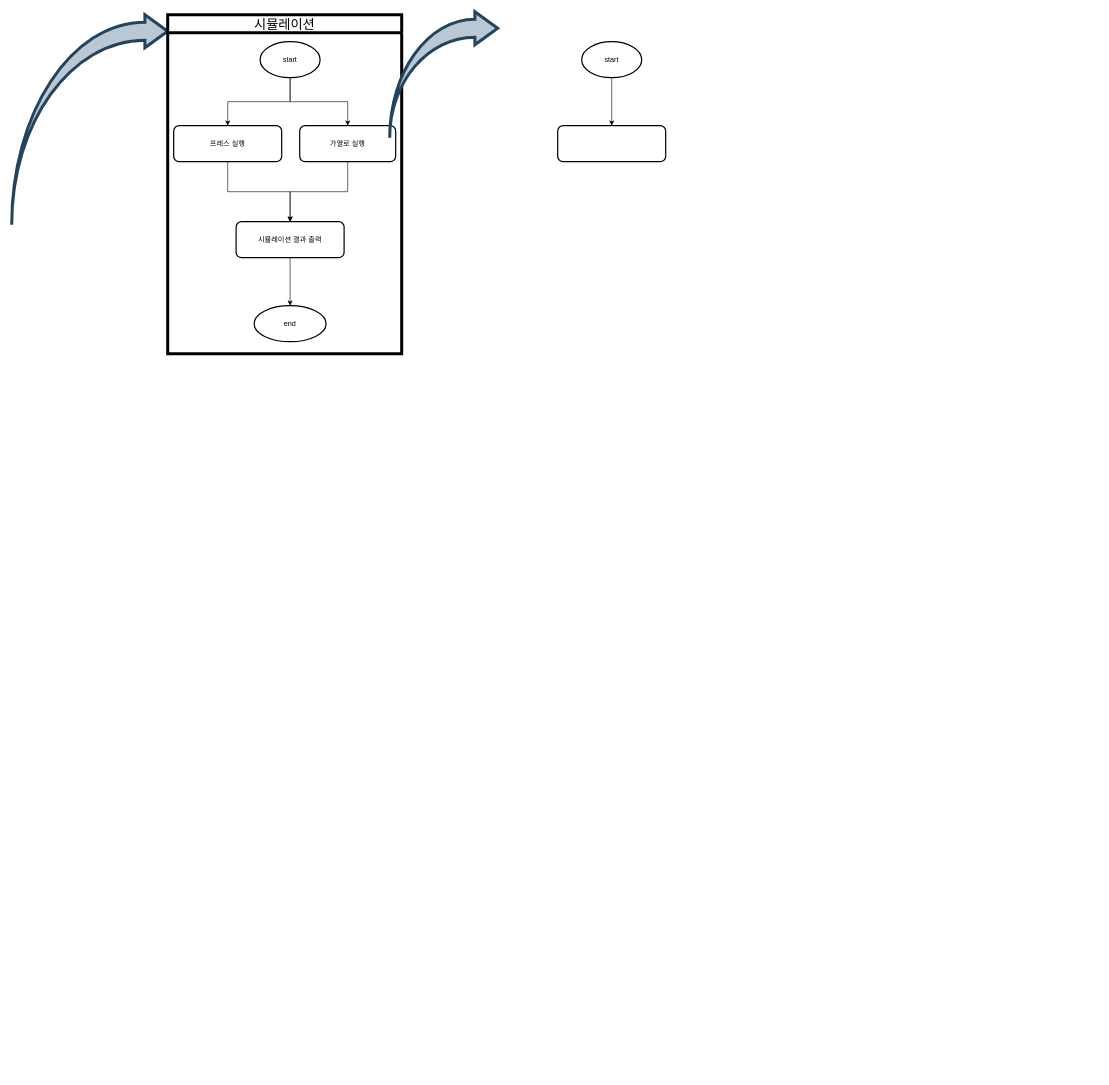
This is 시뮬레이션 흐름.drawio from seheeP/test-git, a draw.io file, before an edit. Source tidied: cells renumbered, new cells numbered last; positions are measured from the earlier drawing's top-left corner, leaving out a move shared by most shapes. Both pictures are drawn from the tidied source at 60%, with x=0, y=0 at pixel (11, 11).
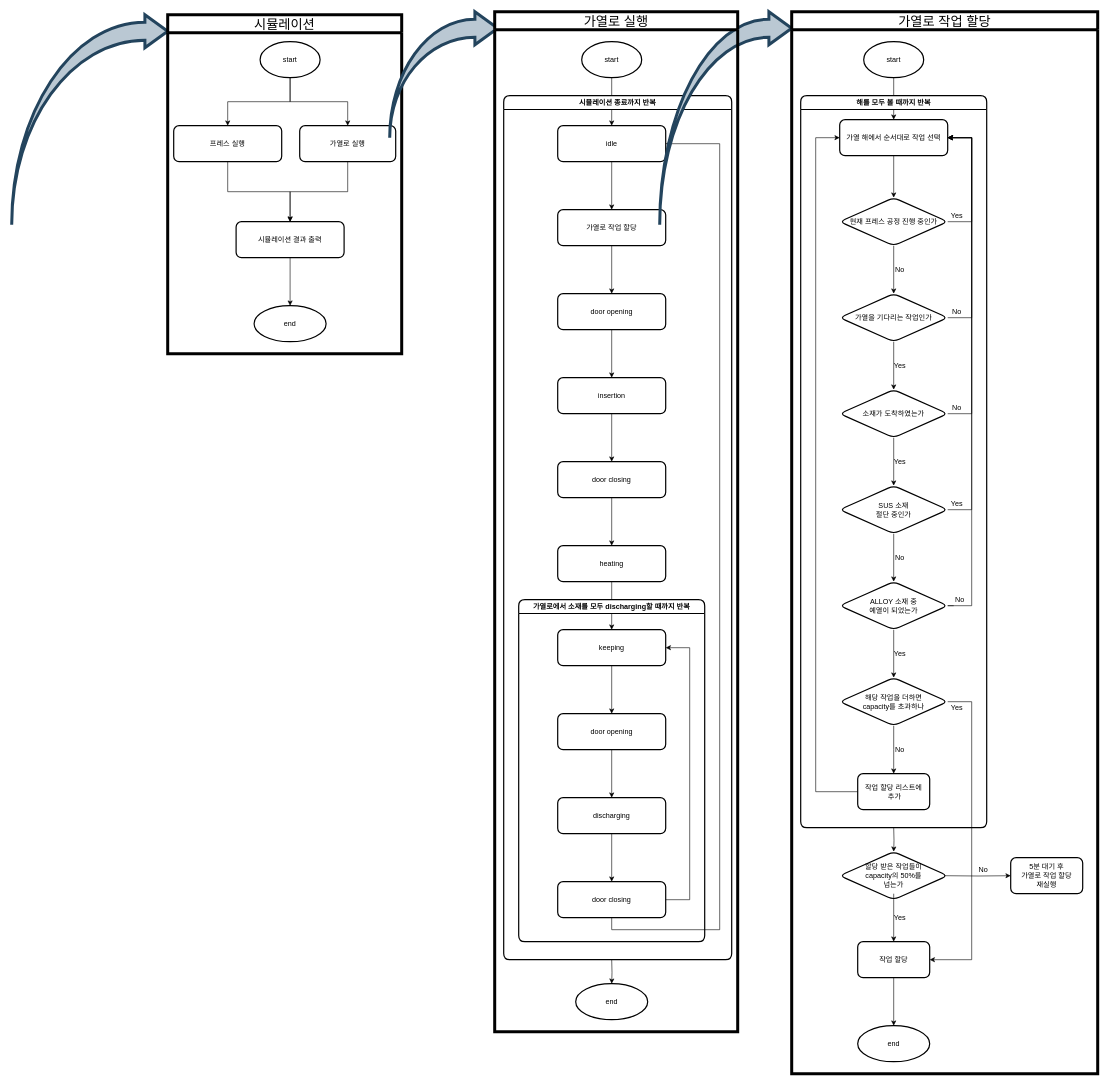
Above is the later version.

Commit message:
Update 시뮬레이션 흐름.drawio

Diff of the diagram source:
```diff
@@
+    <mxCell id="20" style="edgeStyle=orthogonalEdgeStyle;rounded=0;jettySize=auto;html=1;" parent="1" edge="1" source="19" target="22">
+      <mxGeometry relative="1" as="geometry" />
+    </mxCell>
-    <mxCell id="19" style="whiteSpace=wrap;html=1;rounded=1;shadow=0;strokeWidth=2;fillColor=none;glass=0;sketch=0;" parent="1" vertex="1">
+    <mxCell id="19" value="idle" style="whiteSpace=wrap;html=1;rounded=1;shadow=0;strokeWidth=2;fillColor=none;glass=0;sketch=0;" parent="1" vertex="1">
       <mxGeometry x="910" y="190" width="180" height="60" as="geometry" />
     </mxCell>
+    <mxCell id="21" style="edgeStyle=orthogonalEdgeStyle;rounded=0;jettySize=auto;html=1;" parent="1" edge="1" source="22" target="24">
+      <mxGeometry relative="1" as="geometry" />
+    </mxCell>
+    <mxCell id="22" value="가열로 작업 할당" style="whiteSpace=wrap;html=1;rounded=1;shadow=0;strokeWidth=2;fillColor=none;glass=0;sketch=0;" parent="1" vertex="1">
+      <mxGeometry x="910" y="330" width="180" height="60" as="geometry" />
+    </mxCell>
+    <mxCell id="23" style="edgeStyle=orthogonalEdgeStyle;rounded=0;jettySize=auto;html=1;" parent="1" edge="1" source="24" target="26">
+      <mxGeometry relative="1" as="geometry" />
+    </mxCell>
+    <mxCell id="24" value="door opening" style="whiteSpace=wrap;html=1;rounded=1;shadow=0;strokeWidth=2;fillColor=none;glass=0;sketch=0;" parent="1" vertex="1">
+      <mxGeometry x="910" y="470" width="180" height="60" as="geometry" />
+    </mxCell>
+    <mxCell id="25" style="edgeStyle=orthogonalEdgeStyle;rounded=0;jettySize=auto;html=1;" parent="1" edge="1" source="26" target="28">
+      <mxGeometry relative="1" as="geometry" />
+    </mxCell>
+    <mxCell id="26" value="insertion" style="whiteSpace=wrap;html=1;rounded=1;shadow=0;strokeWidth=2;fillColor=none;glass=0;sketch=0;" parent="1" vertex="1">
+      <mxGeometry x="910" y="610" width="180" height="60" as="geometry" />
+    </mxCell>
+    <mxCell id="27" style="edgeStyle=orthogonalEdgeStyle;rounded=0;jettySize=auto;html=1;" parent="1" edge="1" source="28" target="30">
+      <mxGeometry relative="1" as="geometry" />
+    </mxCell>
+    <mxCell id="28" value="door closing" style="whiteSpace=wrap;html=1;rounded=1;shadow=0;strokeWidth=2;fillColor=none;glass=0;sketch=0;" parent="1" vertex="1">
+      <mxGeometry x="910" y="750" width="180" height="60" as="geometry" />
+    </mxCell>
+    <mxCell id="29" style="edgeStyle=orthogonalEdgeStyle;rounded=0;jettySize=auto;html=1;" parent="1" edge="1" source="30" target="32">
+      <mxGeometry relative="1" as="geometry" />
+    </mxCell>
+    <mxCell id="30" value="heating" style="whiteSpace=wrap;html=1;rounded=1;shadow=0;strokeWidth=2;fillColor=none;glass=0;sketch=0;" parent="1" vertex="1">
+      <mxGeometry x="910" y="890" width="180" height="60" as="geometry" />
+    </mxCell>
+    <mxCell id="31" style="edgeStyle=orthogonalEdgeStyle;rounded=0;jettySize=auto;html=1;" parent="1" edge="1" source="32" target="34">
+      <mxGeometry relative="1" as="geometry" />
+    </mxCell>
+    <mxCell id="32" value="keeping" style="whiteSpace=wrap;html=1;rounded=1;shadow=0;strokeWidth=2;fillColor=none;glass=0;sketch=0;" parent="1" vertex="1">
+      <mxGeometry x="910" y="1030" width="180" height="60" as="geometry" />
+    </mxCell>
+    <mxCell id="33" style="edgeStyle=orthogonalEdgeStyle;rounded=0;jettySize=auto;html=1;" parent="1" edge="1" source="34" target="36">
+      <mxGeometry relative="1" as="geometry" />
+    </mxCell>
+    <mxCell id="34" value="door opening" style="whiteSpace=wrap;html=1;rounded=1;shadow=0;strokeWidth=2;fillColor=none;glass=0;sketch=0;" parent="1" vertex="1">
+      <mxGeometry x="910" y="1170" width="180" height="60" as="geometry" />
+    </mxCell>
+    <mxCell id="35" style="edgeStyle=orthogonalEdgeStyle;rounded=0;jettySize=auto;html=1;" parent="1" edge="1" source="36" target="39">
+      <mxGeometry relative="1" as="geometry" />
+    </mxCell>
+    <mxCell id="36" value="discharging" style="whiteSpace=wrap;html=1;rounded=1;shadow=0;strokeWidth=2;fillColor=none;glass=0;sketch=0;" parent="1" vertex="1">
+      <mxGeometry x="910" y="1310" width="180" height="60" as="geometry" />
+    </mxCell>
+    <mxCell id="37" style="edgeStyle=orthogonalEdgeStyle;rounded=0;jettySize=auto;html=1;entryX=1;entryY=0.5;entryDx=0;entryDy=0;" parent="1" edge="1" source="39" target="32">
+      <mxGeometry relative="1" as="geometry">
+        <Array as="points">
+          <mxPoint x="1130" y="1480" />
+          <mxPoint x="1130" y="1060" />
+        </Array>
+      </mxGeometry>
+    </mxCell>
+    <mxCell id="38" style="edgeStyle=orthogonalEdgeStyle;rounded=0;jettySize=auto;html=1;entryX=1;entryY=0.5;entryDx=0;entryDy=0;" parent="1" edge="1" source="39" target="19">
+      <mxGeometry relative="1" as="geometry">
+        <Array as="points">
+          <mxPoint x="1000" y="1530" />
+          <mxPoint x="1180" y="1530" />
+          <mxPoint x="1180" y="220" />
+        </Array>
+      </mxGeometry>
+    </mxCell>
+    <mxCell id="39" value="door closing" style="whiteSpace=wrap;html=1;rounded=1;shadow=0;strokeWidth=2;fillColor=none;glass=0;sketch=0;" parent="1" vertex="1">
+      <mxGeometry x="910" y="1450" width="180" height="60" as="geometry" />
+    </mxCell>
+    <mxCell id="40" value="가열로에서 소재를 모두 discharging할 때까지 반복" style="swimlane;rounded=1;strokeWidth=2;" parent="1" vertex="1">
+      <mxGeometry x="845" y="980" width="310" height="570" as="geometry" />
+    </mxCell>
+    <mxCell id="41" value="시뮬레이션 종료까지 반복" style="swimlane;rounded=1;strokeWidth=2;" parent="1" vertex="1">
+      <mxGeometry x="820" y="140" width="380" height="1440" as="geometry" />
+    </mxCell>
+    <mxCell id="42" style="html=1;shadow=0;dashed=0;align=center;verticalAlign=middle;shape=mxgraph.arrows2.jumpInArrow;dy=15;dx=38;arrowHead=55;rounded=1;strokeWidth=5;fillColor=#bac8d3;strokeColor=#23445d;" parent="1" vertex="1">
+      <mxGeometry x="1080" width="220" height="355" as="geometry" />
+    </mxCell>
+    <mxCell id="43" style="edgeStyle=orthogonalEdgeStyle;rounded=0;jettySize=auto;html=1;" parent="1" edge="1" source="44">
+      <mxGeometry x="1320" y="15" as="geometry">
+        <mxPoint x="1470" y="180" as="targetPoint" />
+      </mxGeometry>
+    </mxCell>
+    <mxCell id="44" value="start" style="strokeWidth=2;html=1;shape=mxgraph.flowchart.start_1;whiteSpace=wrap;rounded=0;shadow=0;glass=0;sketch=0;fillColor=none;" parent="1" vertex="1">
+      <mxGeometry x="1420" y="50" width="100" height="60" as="geometry" />
+    </mxCell>
+    <mxCell id="45" value="가열 해에서 순서대로 작업 선택" style="whiteSpace=wrap;html=1;rounded=1;shadow=0;strokeWidth=2;fillColor=none;glass=0;sketch=0;" parent="1" vertex="1">
+      <mxGeometry x="1380" y="180" width="180" height="60" as="geometry" />
+    </mxCell>
+    <mxCell id="46" style="edgeStyle=orthogonalEdgeStyle;rounded=0;jettySize=auto;html=1;entryX=1;entryY=0.5;entryDx=0;entryDy=0;" parent="1" edge="1" source="47" target="45">
+      <mxGeometry x="1320" y="15" as="geometry">
+        <Array as="points">
+          <mxPoint x="1600" y="350" />
+          <mxPoint x="1600" y="210" />
+        </Array>
+      </mxGeometry>
+    </mxCell>
+    <mxCell id="47" value="현재 프레스 공정 진행 중인가" style="rhombus;whiteSpace=wrap;html=1;rounded=1;shadow=0;strokeWidth=2;fillColor=none;glass=0;sketch=0;" parent="1" vertex="1">
+      <mxGeometry x="1380" y="310" width="180" height="80" as="geometry" />
+    </mxCell>
+    <mxCell id="48" style="edgeStyle=orthogonalEdgeStyle;rounded=0;jettySize=auto;html=1;" parent="1" edge="1" source="45" target="47">
+      <mxGeometry x="1320" y="15" as="geometry" />
+    </mxCell>
+    <mxCell id="49" value="가열을 기다리는 작업인가" style="rhombus;whiteSpace=wrap;html=1;rounded=1;shadow=0;strokeWidth=2;fillColor=none;glass=0;sketch=0;" parent="1" vertex="1">
+      <mxGeometry x="1380" y="470" width="180" height="80" as="geometry" />
+    </mxCell>
+    <mxCell id="50" style="edgeStyle=orthogonalEdgeStyle;rounded=0;jettySize=auto;html=1;" parent="1" edge="1" source="47" target="49">
+      <mxGeometry x="1320" y="15" as="geometry" />
+    </mxCell>
+    <mxCell id="51" value="소재가 도착하였는가" style="rhombus;whiteSpace=wrap;html=1;rounded=1;shadow=0;strokeWidth=2;fillColor=none;glass=0;sketch=0;" parent="1" vertex="1">
+      <mxGeometry x="1380" y="630" width="180" height="80" as="geometry" />
+    </mxCell>
+    <mxCell id="52" style="edgeStyle=orthogonalEdgeStyle;rounded=0;jettySize=auto;html=1;" parent="1" edge="1" source="49" target="51">
+      <mxGeometry x="1320" y="15" as="geometry" />
+    </mxCell>
+    <mxCell id="53" value="SUS 소재&lt;br&gt;절단 중인가" style="rhombus;whiteSpace=wrap;html=1;rounded=1;shadow=0;strokeWidth=2;fillColor=none;glass=0;sketch=0;" parent="1" vertex="1">
+      <mxGeometry x="1380" y="790" width="180" height="80" as="geometry" />
+    </mxCell>
+    <mxCell id="54" style="edgeStyle=orthogonalEdgeStyle;rounded=0;jettySize=auto;html=1;" parent="1" edge="1" source="51" target="53">
+      <mxGeometry x="1320" y="15" as="geometry" />
+    </mxCell>
+    <mxCell id="55" value="ALLOY 소재 중&lt;br&gt;예열이 되었는가" style="rhombus;whiteSpace=wrap;html=1;rounded=1;shadow=0;strokeWidth=2;fillColor=none;glass=0;sketch=0;" parent="1" vertex="1">
+      <mxGeometry x="1380" y="950" width="180" height="80" as="geometry" />
+    </mxCell>
+    <mxCell id="56" style="edgeStyle=orthogonalEdgeStyle;rounded=0;jettySize=auto;html=1;" parent="1" edge="1" source="53" target="55">
+      <mxGeometry x="1320" y="15" as="geometry" />
+    </mxCell>
+    <mxCell id="57" value="해당 작업을 더하면&lt;br&gt;capacity를 초과하나" style="rhombus;whiteSpace=wrap;html=1;rounded=1;shadow=0;strokeWidth=2;fillColor=none;glass=0;sketch=0;" parent="1" vertex="1">
+      <mxGeometry x="1380" y="1110" width="180" height="80" as="geometry" />
+    </mxCell>
+    <mxCell id="58" style="edgeStyle=orthogonalEdgeStyle;rounded=0;jettySize=auto;html=1;" parent="1" edge="1" source="55" target="57">
+      <mxGeometry x="1320" y="15" as="geometry" />
+    </mxCell>
+    <mxCell id="59" style="edgeStyle=orthogonalEdgeStyle;rounded=0;orthogonalLoop=1;jettySize=auto;html=1;" parent="1" edge="1">
+      <mxGeometry x="1320" y="135" as="geometry">
+        <mxPoint x="1470" y="1470" as="sourcePoint" />
+        <mxPoint x="1470" y="1550" as="targetPoint" />
+      </mxGeometry>
+    </mxCell>
+    <mxCell id="60" style="edgeStyle=orthogonalEdgeStyle;rounded=0;jettySize=auto;html=1;" parent="1" edge="1" source="57">
+      <mxGeometry x="1320" y="15" as="geometry">
+        <mxPoint x="1470" y="1270" as="targetPoint" />
+      </mxGeometry>
+    </mxCell>
+    <mxCell id="61" style="edgeStyle=orthogonalEdgeStyle;rounded=0;orthogonalLoop=1;jettySize=auto;html=1;entryX=1;entryY=0.5;entryDx=0;entryDy=0;" parent="1" edge="1">
+      <mxGeometry x="1320" y="15" as="geometry">
+        <mxPoint x="1560" y="510" as="sourcePoint" />
+        <mxPoint x="1560" y="210" as="targetPoint" />
+        <Array as="points">
+          <mxPoint x="1560" y="510" />
+          <mxPoint x="1600" y="510" />
+          <mxPoint x="1600" y="210" />
+        </Array>
+      </mxGeometry>
+    </mxCell>
+    <mxCell id="62" style="edgeStyle=orthogonalEdgeStyle;rounded=0;orthogonalLoop=1;jettySize=auto;html=1;entryX=1;entryY=0.5;entryDx=0;entryDy=0;" parent="1" edge="1">
+      <mxGeometry x="1320" y="15" as="geometry">
+        <mxPoint x="1560" y="670" as="sourcePoint" />
+        <mxPoint x="1560" y="210" as="targetPoint" />
+        <Array as="points">
+          <mxPoint x="1560" y="670" />
+          <mxPoint x="1600" y="670" />
+          <mxPoint x="1600" y="210" />
+        </Array>
+      </mxGeometry>
+    </mxCell>
+    <mxCell id="63" style="edgeStyle=orthogonalEdgeStyle;rounded=0;orthogonalLoop=1;jettySize=auto;html=1;entryX=1;entryY=0.5;entryDx=0;entryDy=0;" parent="1" edge="1">
+      <mxGeometry x="1320" y="15" as="geometry">
+        <mxPoint x="1560" y="830" as="sourcePoint" />
+        <mxPoint x="1560" y="210" as="targetPoint" />
+        <Array as="points">
+          <mxPoint x="1560" y="830" />
+          <mxPoint x="1600" y="830" />
+          <mxPoint x="1600" y="210" />
+        </Array>
+      </mxGeometry>
+    </mxCell>
+    <mxCell id="64" style="edgeStyle=orthogonalEdgeStyle;rounded=0;orthogonalLoop=1;jettySize=auto;html=1;entryX=1;entryY=0.5;entryDx=0;entryDy=0;" parent="1" edge="1">
+      <mxGeometry x="1320" y="15" as="geometry">
+        <mxPoint x="1570" y="990" as="sourcePoint" />
+        <mxPoint x="1560" y="210" as="targetPoint" />
+        <Array as="points">
+          <mxPoint x="1560" y="990" />
+          <mxPoint x="1600" y="990" />
+          <mxPoint x="1600" y="210" />
+        </Array>
+      </mxGeometry>
+    </mxCell>
+    <mxCell id="65" value="No" style="text;html=1;align=center;verticalAlign=middle;strokeColor=none;fillColor=none;" parent="1" vertex="1">
+      <mxGeometry x="1465" y="420" width="30" height="20" as="geometry" />
+    </mxCell>
+    <mxCell id="66" value="Yes" style="text;html=1;align=center;verticalAlign=middle;strokeColor=none;fillColor=none;" parent="1" vertex="1">
+      <mxGeometry x="1460" y="580" width="40" height="20" as="geometry" />
+    </mxCell>
+    <mxCell id="67" value="Yes" style="text;html=1;align=center;verticalAlign=middle;strokeColor=none;fillColor=none;" parent="1" vertex="1">
+      <mxGeometry x="1460" y="740" width="40" height="20" as="geometry" />
+    </mxCell>
+    <mxCell id="68" value="No" style="text;html=1;align=center;verticalAlign=middle;strokeColor=none;fillColor=none;" parent="1" vertex="1">
+      <mxGeometry x="1465" y="900" width="30" height="20" as="geometry" />
+    </mxCell>
+    <mxCell id="69" value="Yes" style="text;html=1;align=center;verticalAlign=middle;strokeColor=none;fillColor=none;" parent="1" vertex="1">
+      <mxGeometry x="1460" y="1060" width="40" height="20" as="geometry" />
+    </mxCell>
+    <mxCell id="70" value="No" style="text;html=1;align=center;verticalAlign=middle;strokeColor=none;fillColor=none;" parent="1" vertex="1">
+      <mxGeometry x="1465" y="1220" width="30" height="20" as="geometry" />
+    </mxCell>
+    <mxCell id="71" value="Yes" style="text;html=1;align=center;verticalAlign=middle;strokeColor=none;fillColor=none;" parent="1" vertex="1">
+      <mxGeometry x="1555" y="330" width="40" height="20" as="geometry" />
+    </mxCell>
+    <mxCell id="72" value="No" style="text;html=1;align=center;verticalAlign=middle;strokeColor=none;fillColor=none;" parent="1" vertex="1">
+      <mxGeometry x="1560" y="490" width="30" height="20" as="geometry" />
+    </mxCell>
+    <mxCell id="73" value="Yes" style="text;html=1;align=center;verticalAlign=middle;strokeColor=none;fillColor=none;" parent="1" vertex="1">
+      <mxGeometry x="1555" y="810" width="40" height="20" as="geometry" />
+    </mxCell>
+    <mxCell id="74" value="No" style="text;html=1;align=center;verticalAlign=middle;strokeColor=none;fillColor=none;" parent="1" vertex="1">
+      <mxGeometry x="1560" y="650" width="30" height="20" as="geometry" />
+    </mxCell>
+    <mxCell id="75" value="No" style="text;html=1;align=center;verticalAlign=middle;strokeColor=none;fillColor=none;" parent="1" vertex="1">
+      <mxGeometry x="1565" y="970" width="30" height="20" as="geometry" />
+    </mxCell>
+    <mxCell id="76" value="Yes" style="text;html=1;align=center;verticalAlign=middle;strokeColor=none;fillColor=none;" parent="1" vertex="1">
+      <mxGeometry x="1460" y="1500" width="40" height="20" as="geometry" />
+    </mxCell>
+    <mxCell id="77" value="&lt;span&gt;5분 대기 후&lt;/span&gt;&lt;br&gt;&lt;span&gt;가열로 작업 할당&lt;/span&gt;&lt;br&gt;&lt;span&gt;재실행&lt;/span&gt;" style="whiteSpace=wrap;html=1;rounded=1;shadow=0;strokeWidth=2;fillColor=none;glass=0;sketch=0;" parent="1" vertex="1">
+      <mxGeometry x="1665" y="1410" width="120" height="60" as="geometry" />
+    </mxCell>
+    <mxCell id="78" style="edgeStyle=orthogonalEdgeStyle;rounded=0;jettySize=auto;html=1;" parent="1" edge="1" target="77">
+      <mxGeometry x="1315" y="145" as="geometry">
+        <mxPoint x="1555" y="1440" as="sourcePoint" />
+      </mxGeometry>
+    </mxCell>
+    <mxCell id="79" value="작업 할당" style="whiteSpace=wrap;html=1;rounded=1;shadow=0;strokeWidth=2;fillColor=none;glass=0;sketch=0;" parent="1" vertex="1">
+      <mxGeometry x="1410" y="1550" width="120" height="60" as="geometry" />
+    </mxCell>
+    <mxCell id="80" style="edgeStyle=orthogonalEdgeStyle;rounded=0;jettySize=auto;html=1;entryX=1;entryY=0.5;entryDx=0;entryDy=0;" parent="1" edge="1" source="57" target="79">
+      <mxGeometry x="1320" y="15" as="geometry">
+        <Array as="points">
+          <mxPoint x="1600" y="1150" />
+          <mxPoint x="1600" y="1580" />
+        </Array>
+      </mxGeometry>
+    </mxCell>
+    <mxCell id="81" value="해를 모두 볼 때까지 반복" style="swimlane;rounded=1;strokeWidth=2;" parent="1" vertex="1">
+      <mxGeometry x="1315" y="140" width="310" height="1220" as="geometry" />
+    </mxCell>
+    <mxCell id="82" value="Yes" style="text;html=1;align=center;verticalAlign=middle;strokeColor=none;fillColor=none;" parent="81" vertex="1">
+      <mxGeometry x="240" y="1010" width="40" height="20" as="geometry" />
+    </mxCell>
+    <mxCell id="83" value="end" style="ellipse;whiteSpace=wrap;html=1;rounded=1;shadow=0;strokeWidth=2;fillColor=none;glass=0;sketch=0;" parent="1" vertex="1">
+      <mxGeometry x="1410" y="1690" width="120" height="60" as="geometry" />
+    </mxCell>
+    <mxCell id="84" style="edgeStyle=orthogonalEdgeStyle;rounded=0;jettySize=auto;html=1;" parent="1" edge="1" source="79" target="83">
+      <mxGeometry x="1320" y="135" as="geometry" />
+    </mxCell>
+    <mxCell id="85" style="edgeStyle=orthogonalEdgeStyle;rounded=0;jettySize=auto;html=1;" parent="1" edge="1" target="88">
+      <mxGeometry relative="1" as="geometry">
+        <mxPoint x="1470" y="1360" as="sourcePoint" />
+      </mxGeometry>
+    </mxCell>
+    <mxCell id="86" style="edgeStyle=orthogonalEdgeStyle;rounded=0;jettySize=auto;html=1;entryX=0;entryY=0.5;entryDx=0;entryDy=0;" parent="1" edge="1" source="87" target="45">
+      <mxGeometry relative="1" as="geometry">
+        <Array as="points">
+          <mxPoint x="1340" y="1300" />
+          <mxPoint x="1340" y="210" />
+        </Array>
+      </mxGeometry>
+    </mxCell>
+    <mxCell id="87" value="작업 할당 리스트에&lt;br&gt;&amp;nbsp;추가" style="whiteSpace=wrap;html=1;rounded=1;shadow=0;strokeWidth=2;fillColor=none;glass=0;sketch=0;" parent="1" vertex="1">
+      <mxGeometry x="1410" y="1270" width="120" height="60" as="geometry" />
+    </mxCell>
+    <mxCell id="88" value="할당 받은 작업들이&lt;br&gt;capacity의 50%를&lt;br&gt;넘는가" style="rhombus;whiteSpace=wrap;html=1;rounded=1;shadow=0;strokeWidth=2;fillColor=none;glass=0;sketch=0;" parent="1" vertex="1">
+      <mxGeometry x="1380" y="1400" width="180" height="80" as="geometry" />
+    </mxCell>
+    <mxCell id="89" value="No" style="text;html=1;align=center;verticalAlign=middle;strokeColor=none;fillColor=none;" parent="1" vertex="1">
+      <mxGeometry x="1604" y="1420" width="30" height="20" as="geometry" />
+    </mxCell>
+    <mxCell id="90" value="가열로 작업 할당" style="swimlane;fontStyle=0;horizontal=1;startSize=30;align=center;fontSize=22;rounded=0;strokeWidth=5;swimlaneLine=1;" parent="1" vertex="1">
+      <mxGeometry x="1300" width="510" height="1770" as="geometry" />
+    </mxCell>
+    <mxCell id="91" value="end" style="ellipse;whiteSpace=wrap;html=1;rounded=1;shadow=0;strokeWidth=2;fillColor=none;glass=0;sketch=0;" parent="1" vertex="1">
+      <mxGeometry x="940" y="1620" width="120" height="60" as="geometry" />
+    </mxCell>
+    <mxCell id="92" style="edgeStyle=orthogonalEdgeStyle;rounded=0;jettySize=auto;html=1;" parent="1" edge="1" target="91">
+      <mxGeometry x="850" y="65" as="geometry">
+        <mxPoint x="1000" y="1580" as="sourcePoint" />
+      </mxGeometry>
+    </mxCell>
+    <mxCell id="93" value="가열로 실행" style="swimlane;fontStyle=0;horizontal=1;startSize=30;align=center;fontSize=22;rounded=0;strokeWidth=5;swimlaneLine=1;" parent="1" vertex="1">
+      <mxGeometry x="805" width="405" height="1700" as="geometry" />
+    </mxCell>
```
